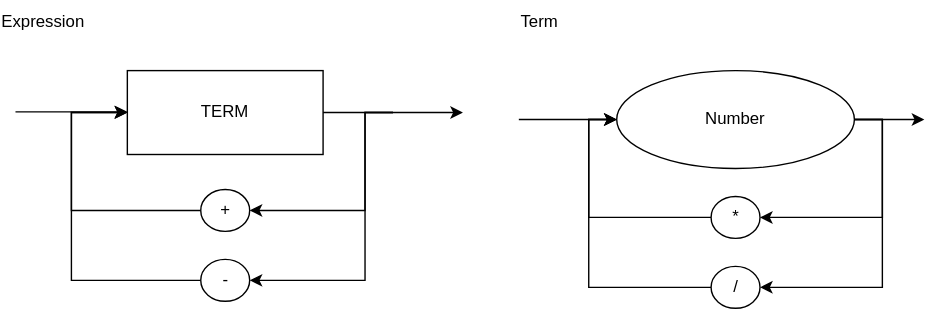
Above: SyntaticDiagram.svg in CEDipEngineering/LogComp2022 (draw.io), before the change. Source tidied: cells renumbered, new cells last; positions are measured from the earlier drawing's top-left corner, leaving out a move shared by most shapes.
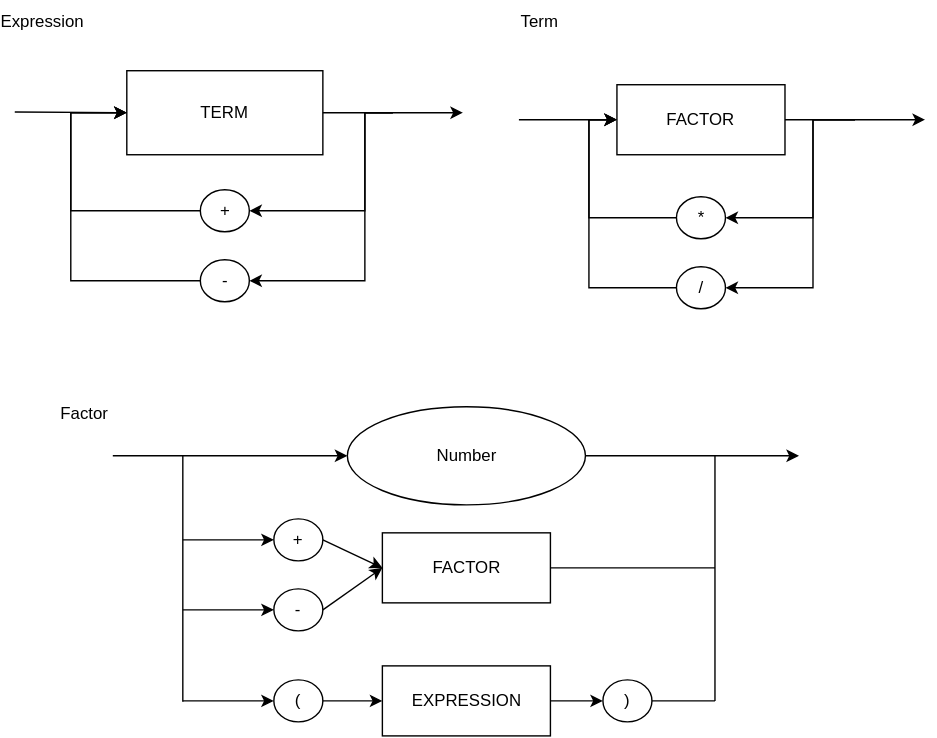
The same diagram one commit later.

Commit message:
Uptade EBNF and SyntaticDiagram

Change to the diagram source:
```diff
@@ -2,39 +2,55 @@
   <root>
     <mxCell id="0" />
     <mxCell id="1" parent="0" />
-    <mxCell id="2" style="edgeStyle=orthogonalEdgeStyle;rounded=0;jettySize=auto;html=1;exitX=1;exitY=0.5;exitDx=0;exitDy=0;entryX=1;entryY=0.5;entryDx=0;entryDy=0;" parent="1" edge="1" source="6" target="8">
-      <mxGeometry relative="1" as="geometry" />
+    <mxCell id="2" style="edgeStyle=orthogonalEdgeStyle;rounded=0;jettySize=auto;html=1;exitX=1;exitY=0.5;exitDx=0;exitDy=0;entryX=1;entryY=0.5;entryDx=0;entryDy=0;" parent="1" edge="1" target="8">
+      <mxGeometry relative="1" as="geometry">
+        <mxPoint x="610" y="85" as="sourcePoint" />
+        <Array as="points">
+          <mxPoint x="580" y="85" />
+          <mxPoint x="580" y="155" />
+        </Array>
+      </mxGeometry>
     </mxCell>
-    <mxCell id="3" style="edgeStyle=orthogonalEdgeStyle;rounded=0;jettySize=auto;html=1;exitX=1;exitY=0.5;exitDx=0;exitDy=0;entryX=1;entryY=0.5;entryDx=0;entryDy=0;" parent="1" edge="1" source="6" target="10">
-      <mxGeometry relative="1" as="geometry" />
+    <mxCell id="3" style="edgeStyle=orthogonalEdgeStyle;rounded=0;jettySize=auto;html=1;exitX=1;exitY=0.5;exitDx=0;exitDy=0;entryX=1;entryY=0.5;entryDx=0;entryDy=0;" parent="1" edge="1" target="10">
+      <mxGeometry relative="1" as="geometry">
+        <mxPoint x="610" y="85" as="sourcePoint" />
+        <Array as="points">
+          <mxPoint x="580" y="85" />
+          <mxPoint x="580" y="205" />
+        </Array>
+      </mxGeometry>
     </mxCell>
-    <mxCell id="4" style="edgeStyle=orthogonalEdgeStyle;rounded=0;jettySize=auto;html=1;exitX=1;exitY=0.5;exitDx=0;exitDy=0;" parent="1" edge="1" source="6">
+    <mxCell id="4" style="edgeStyle=orthogonalEdgeStyle;rounded=0;jettySize=auto;html=1;exitX=1;exitY=0.5;exitDx=0;exitDy=0;" parent="1" edge="1" source="22">
       <mxGeometry relative="1" as="geometry">
         <mxPoint x="660" y="85" as="targetPoint" />
       </mxGeometry>
     </mxCell>
-    <mxCell id="5" style="edgeStyle=orthogonalEdgeStyle;rounded=0;jettySize=auto;html=1;exitX=0;exitY=0.5;exitDx=0;exitDy=0;startArrow=classic;startFill=1;endArrow=none;endFill=0;" parent="1" edge="1" source="6">
+    <mxCell id="5" style="edgeStyle=orthogonalEdgeStyle;rounded=0;jettySize=auto;html=1;exitX=0;exitY=0.5;exitDx=0;exitDy=0;startArrow=classic;startFill=1;endArrow=none;endFill=0;" parent="1" edge="1" source="22">
       <mxGeometry relative="1" as="geometry">
         <mxPoint x="370" y="85" as="targetPoint" />
-        <Array as="points">
-          <mxPoint x="370" y="85" />
-        </Array>
       </mxGeometry>
     </mxCell>
-    <mxCell id="6" value="Number" style="ellipse;whiteSpace=wrap;html=1;" parent="1" vertex="1">
-      <mxGeometry x="440" y="50" width="170" height="70" as="geometry" />
-    </mxCell>
-    <mxCell id="7" style="edgeStyle=orthogonalEdgeStyle;rounded=0;jettySize=auto;html=1;exitX=0;exitY=0.5;exitDx=0;exitDy=0;entryX=0;entryY=0.5;entryDx=0;entryDy=0;" parent="1" edge="1" source="8" target="6">
-      <mxGeometry relative="1" as="geometry" />
+    <mxCell id="7" style="edgeStyle=orthogonalEdgeStyle;rounded=0;jettySize=auto;html=1;exitX=0;exitY=0.5;exitDx=0;exitDy=0;entryX=0;entryY=0.5;entryDx=0;entryDy=0;" parent="1" edge="1" source="8" target="22">
+      <mxGeometry relative="1" as="geometry">
+        <Array as="points">
+          <mxPoint x="420" y="155" />
+          <mxPoint x="420" y="85" />
+        </Array>
+      </mxGeometry>
     </mxCell>
     <mxCell id="8" value="*" style="ellipse;whiteSpace=wrap;html=1;" parent="1" vertex="1">
-      <mxGeometry x="507.5" y="140" width="35" height="30" as="geometry" />
+      <mxGeometry x="482.5" y="140" width="35" height="30" as="geometry" />
     </mxCell>
-    <mxCell id="9" style="edgeStyle=orthogonalEdgeStyle;rounded=0;jettySize=auto;html=1;exitX=0;exitY=0.5;exitDx=0;exitDy=0;entryX=0;entryY=0.5;entryDx=0;entryDy=0;" parent="1" edge="1" source="10" target="6">
-      <mxGeometry relative="1" as="geometry" />
+    <mxCell id="9" style="edgeStyle=orthogonalEdgeStyle;rounded=0;jettySize=auto;html=1;exitX=0;exitY=0.5;exitDx=0;exitDy=0;entryX=0;entryY=0.5;entryDx=0;entryDy=0;" parent="1" edge="1" source="10" target="22">
+      <mxGeometry relative="1" as="geometry">
+        <Array as="points">
+          <mxPoint x="420" y="205" />
+          <mxPoint x="420" y="85" />
+        </Array>
+      </mxGeometry>
     </mxCell>
     <mxCell id="10" value="/" style="ellipse;whiteSpace=wrap;html=1;" parent="1" vertex="1">
-      <mxGeometry x="507.5" y="190" width="35" height="30" as="geometry" />
+      <mxGeometry x="482.5" y="190" width="35" height="30" as="geometry" />
     </mxCell>
     <mxCell id="11" value="TERM" style="rounded=0;whiteSpace=wrap;html=1;" parent="1" vertex="1">
       <mxGeometry x="90" y="50" width="140" height="60" as="geometry" />
@@ -100,5 +116,91 @@
     <mxCell id="21" value="Term" style="text;html=1;strokeColor=none;fillColor=none;align=center;verticalAlign=middle;whiteSpace=wrap;rounded=0;" parent="1" vertex="1">
       <mxGeometry x="355" width="60" height="30" as="geometry" />
     </mxCell>
+    <mxCell id="6" value="Number" style="ellipse;whiteSpace=wrap;html=1;" parent="1" vertex="1">
+      <mxGeometry x="247.5" y="290" width="170" height="70" as="geometry" />
+    </mxCell>
+    <mxCell id="22" value="FACTOR" style="rounded=0;whiteSpace=wrap;html=1;" parent="1" vertex="1">
+      <mxGeometry x="440" y="60" width="120" height="50" as="geometry" />
+    </mxCell>
+    <mxCell id="23" value="+" style="ellipse;whiteSpace=wrap;html=1;" parent="1" vertex="1">
+      <mxGeometry x="195" y="370" width="35" height="30" as="geometry" />
+    </mxCell>
+    <mxCell id="24" value="-" style="ellipse;whiteSpace=wrap;html=1;" parent="1" vertex="1">
+      <mxGeometry x="195" y="420" width="35" height="30" as="geometry" />
+    </mxCell>
+    <mxCell id="25" value=")" style="ellipse;whiteSpace=wrap;html=1;" parent="1" vertex="1">
+      <mxGeometry x="430" y="485" width="35" height="30" as="geometry" />
+    </mxCell>
+    <mxCell id="26" value="(" style="ellipse;whiteSpace=wrap;html=1;" parent="1" vertex="1">
+      <mxGeometry x="195" y="485" width="35" height="30" as="geometry" />
+    </mxCell>
+    <mxCell id="27" value="FACTOR" style="rounded=0;whiteSpace=wrap;html=1;" parent="1" vertex="1">
+      <mxGeometry x="272.5" y="380" width="120" height="50" as="geometry" />
+    </mxCell>
+    <mxCell id="28" value="EXPRESSION" style="rounded=0;whiteSpace=wrap;html=1;" parent="1" vertex="1">
+      <mxGeometry x="272.5" y="475" width="120" height="50" as="geometry" />
+    </mxCell>
+    <mxCell id="29" style="endArrow=classic;html=1;rounded=0;entryX=0;entryY=0.5;entryDx=0;entryDy=0;" parent="1" edge="1" target="6">
+      <mxGeometry relative="1" as="geometry">
+        <mxPoint x="80" y="325" as="sourcePoint" />
+      </mxGeometry>
+    </mxCell>
+    <mxCell id="30" style="endArrow=classic;html=1;rounded=0;entryX=0;entryY=0.5;entryDx=0;entryDy=0;" parent="1" edge="1" target="23">
+      <mxGeometry relative="1" as="geometry">
+        <mxPoint x="130" y="385" as="sourcePoint" />
+      </mxGeometry>
+    </mxCell>
+    <mxCell id="31" style="endArrow=classic;html=1;rounded=0;entryX=0;entryY=0.5;entryDx=0;entryDy=0;" parent="1" edge="1" target="24">
+      <mxGeometry relative="1" as="geometry">
+        <mxPoint x="130" y="435" as="sourcePoint" />
+      </mxGeometry>
+    </mxCell>
+    <mxCell id="32" style="endArrow=none;html=1;rounded=0;" parent="1" edge="1">
+      <mxGeometry relative="1" as="geometry">
+        <mxPoint x="130" y="500.5" as="sourcePoint" />
+        <mxPoint x="130" y="325" as="targetPoint" />
+      </mxGeometry>
+    </mxCell>
+    <mxCell id="33" style="endArrow=classic;html=1;rounded=0;entryX=0;entryY=0.5;entryDx=0;entryDy=0;" parent="1" edge="1" target="26">
+      <mxGeometry relative="1" as="geometry">
+        <mxPoint x="130" y="500" as="sourcePoint" />
+      </mxGeometry>
+    </mxCell>
+    <mxCell id="34" style="endArrow=classic;html=1;rounded=0;exitX=1;exitY=0.5;exitDx=0;exitDy=0;entryX=0;entryY=0.5;entryDx=0;entryDy=0;" parent="1" edge="1" source="24" target="27">
+      <mxGeometry relative="1" as="geometry" />
+    </mxCell>
+    <mxCell id="35" style="endArrow=classic;html=1;rounded=0;exitX=1;exitY=0.5;exitDx=0;exitDy=0;entryX=0;entryY=0.5;entryDx=0;entryDy=0;" parent="1" edge="1" source="23" target="27">
+      <mxGeometry relative="1" as="geometry" />
+    </mxCell>
+    <mxCell id="36" style="endArrow=classic;html=1;rounded=0;exitX=1;exitY=0.5;exitDx=0;exitDy=0;" parent="1" edge="1" source="26" target="28">
+      <mxGeometry relative="1" as="geometry" />
+    </mxCell>
+    <mxCell id="37" style="endArrow=classic;html=1;rounded=0;exitX=1;exitY=0.5;exitDx=0;exitDy=0;entryX=0;entryY=0.5;entryDx=0;entryDy=0;" parent="1" edge="1" source="28" target="25">
+      <mxGeometry relative="1" as="geometry" />
+    </mxCell>
+    <mxCell id="38" style="endArrow=classic;html=1;rounded=0;exitX=1;exitY=0.5;exitDx=0;exitDy=0;" parent="1" edge="1" source="6">
+      <mxGeometry relative="1" as="geometry">
+        <mxPoint x="570" y="325" as="targetPoint" />
+      </mxGeometry>
+    </mxCell>
+    <mxCell id="39" style="endArrow=none;html=1;rounded=0;" parent="1" edge="1">
+      <mxGeometry relative="1" as="geometry">
+        <mxPoint x="510" y="500" as="sourcePoint" />
+        <mxPoint x="510" y="325" as="targetPoint" />
+      </mxGeometry>
+    </mxCell>
+    <mxCell id="40" style="endArrow=none;html=1;rounded=0;exitX=1;exitY=0.5;exitDx=0;exitDy=0;" parent="1" edge="1" source="25">
+      <mxGeometry relative="1" as="geometry">
+        <mxPoint x="510" y="500" as="targetPoint" />
+      </mxGeometry>
+    </mxCell>
+    <mxCell id="41" style="endArrow=none;html=1;rounded=0;exitX=1;exitY=0.5;exitDx=0;exitDy=0;" parent="1" edge="1" source="27">
+      <mxGeometry relative="1" as="geometry">
+        <mxPoint x="510" y="405" as="targetPoint" />
+      </mxGeometry>
+    </mxCell>
+    <mxCell id="42" value="Factor" style="text;html=1;strokeColor=none;fillColor=none;align=center;verticalAlign=middle;whiteSpace=wrap;rounded=0;" parent="1" vertex="1">
+      <mxGeometry x="30" y="280" width="60" height="30" as="geometry" />
+    </mxCell>
   </root>
 </mxGraphModel>
```
